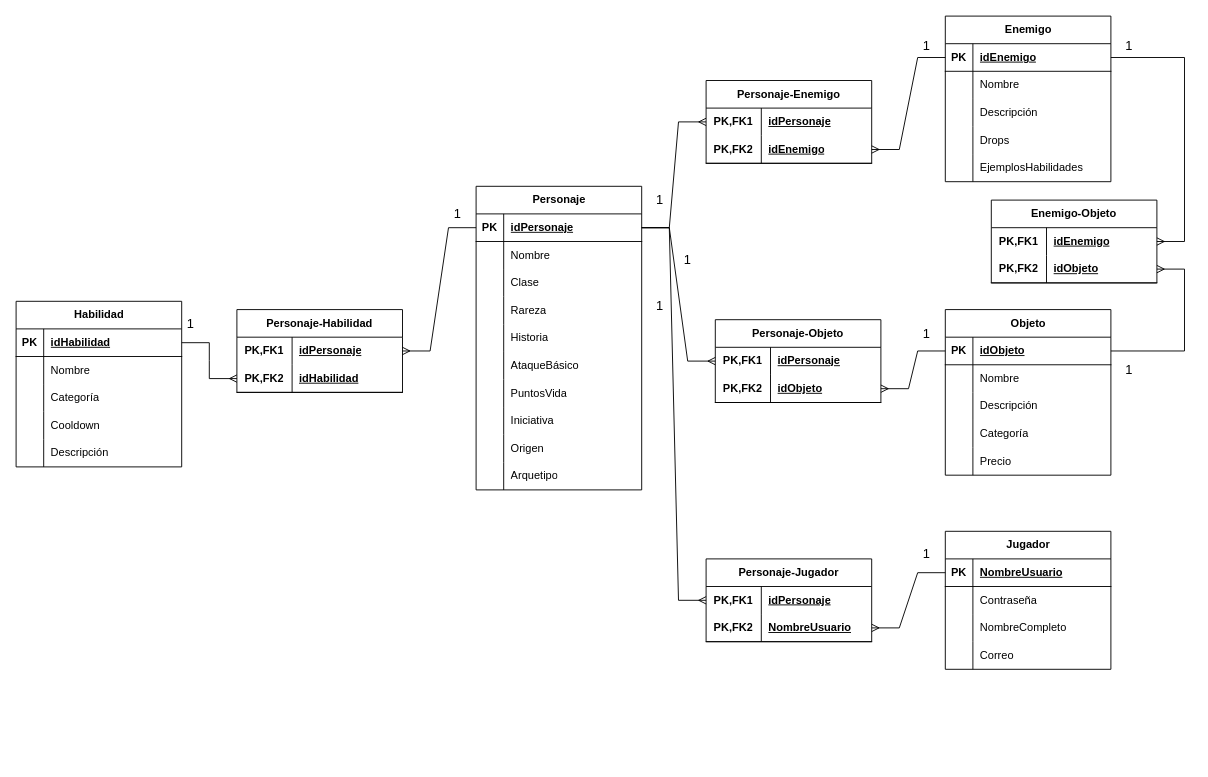
Earlier version of the draw.io diagram Figuras y gráficos/diagrama-relacional.drawio (DiegoAP93/es_legacy_app_unendo_project). Source tidied: cells renumbered, new cells numbered last; positions are measured from the earlier drawing's top-left corner, leaving out a move shared by most shapes. Both pictures are drawn from the tidied source at 92%, with x=0, y=0 at pixel (16, 16).
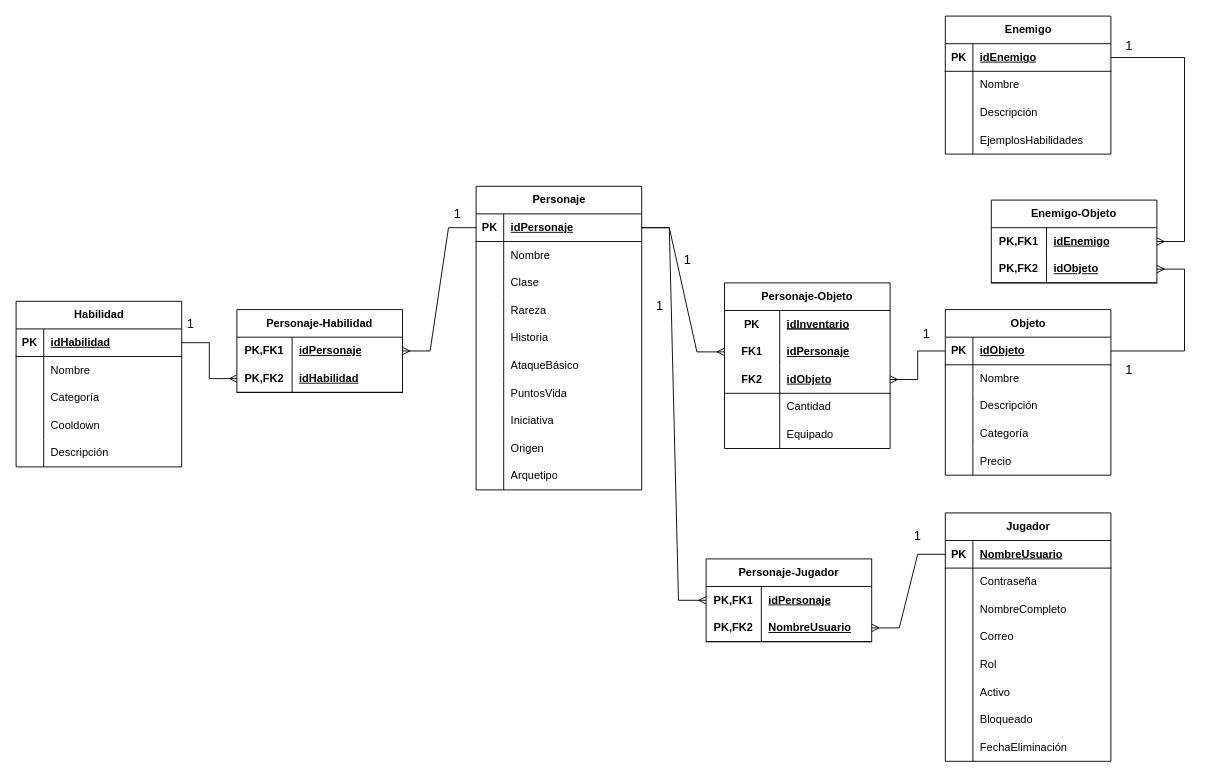
The same diagram, later.

The change refers to these unchanged cells:
```xml
<mxCell id="3" style="shape=tableRow;horizontal=0;startSize=0;swimlaneHead=0;swimlaneBody=0;fillColor=none;points=[[0,0.5],[1,0.5]];portConstraint=eastwest;top=0;left=0;right=0;bottom=1;" parent="2" vertex="1">
  <mxGeometry y="30" width="180" height="30" as="geometry" />
</mxCell>
<mxCell id="50" style="shape=tableRow;horizontal=0;startSize=0;swimlaneHead=0;swimlaneBody=0;fillColor=none;points=[[0,0.5],[1,0.5]];portConstraint=eastwest;top=0;left=0;right=0;bottom=1;" parent="49" vertex="1">
  <mxGeometry y="30" width="180" height="30" as="geometry" />
</mxCell>
<mxCell id="113" style="shape=tableRow;horizontal=0;startSize=0;swimlaneHead=0;swimlaneBody=0;fillColor=none;points=[[0,0.5],[1,0.5]];portConstraint=eastwest;top=0;left=0;right=0;bottom=0;html=1;" parent="112" vertex="1">
  <mxGeometry y="30" width="180" height="30" as="geometry" />
</mxCell>
```

Change to the diagram source:
```diff
@@
     <mxCell id="49" value="Enemigo" style="shape=table;startSize=30;childLayout=tableLayout;rowLines=0;fontStyle=1;align=center;html=1;" parent="1" vertex="1">
-      <mxGeometry x="1010" width="180" height="180" as="geometry" />
+      <mxGeometry x="1010" width="180" height="150" as="geometry" />
     </mxCell>
@@
-    <mxCell id="59" style="shape=tableRow;horizontal=0;startSize=0;swimlaneHead=0;swimlaneBody=0;fillColor=none;top=0;left=0;right=0;bottom=0;" parent="49" vertex="1">
-      <mxGeometry y="120" width="180" height="30" as="geometry" />
-    </mxCell>
-    <mxCell id="60" style="shape=partialRectangle;fillColor=none;top=0;left=0;bottom=0;right=0;overflow=hidden;whiteSpace=wrap;html=1;" parent="59" vertex="1">
-      <mxGeometry width="30" height="30" as="geometry" />
-    </mxCell>
-    <mxCell id="61" value="Drops" style="shape=partialRectangle;fillColor=none;top=0;left=0;bottom=0;right=0;align=left;spacingLeft=6;overflow=hidden;whiteSpace=wrap;html=1;" parent="59" vertex="1">
-      <mxGeometry x="30" width="150" height="30" as="geometry" />
-    </mxCell>
     <mxCell id="62" style="shape=tableRow;horizontal=0;startSize=0;swimlaneHead=0;swimlaneBody=0;fillColor=none;top=0;left=0;right=0;bottom=0;" parent="49" vertex="1">
-      <mxGeometry y="150" width="180" height="30" as="geometry" />
+      <mxGeometry y="120" width="180" height="30" as="geometry" />
     </mxCell>
@@
     <mxCell id="81" value="Jugador" style="shape=table;startSize=30;childLayout=tableLayout;rowLines=0;fontStyle=1;align=center;html=1;" parent="1" vertex="1">
-      <mxGeometry x="1010" y="560" width="180" height="150" as="geometry" />
+      <mxGeometry x="1010" y="540" width="180" height="270" as="geometry" />
     </mxCell>
@@
+    <mxCell id="149" style="shape=tableRow;horizontal=0;startSize=0;swimlaneHead=0;swimlaneBody=0;fillColor=none;top=0;left=0;right=0;bottom=0;" parent="81" vertex="1">
+      <mxGeometry y="150" width="180" height="30" as="geometry" />
+    </mxCell>
+    <mxCell id="150" style="shape=partialRectangle;fillColor=none;top=0;left=0;bottom=0;right=0;overflow=hidden;whiteSpace=wrap;html=1;" parent="149" vertex="1">
+      <mxGeometry width="30" height="30" as="geometry" />
+    </mxCell>
+    <mxCell id="151" value="Rol" style="shape=partialRectangle;fillColor=none;top=0;left=0;bottom=0;right=0;align=left;spacingLeft=6;overflow=hidden;whiteSpace=wrap;html=1;" parent="149" vertex="1">
+      <mxGeometry x="30" width="150" height="30" as="geometry" />
+    </mxCell>
+    <mxCell id="152" style="shape=tableRow;horizontal=0;startSize=0;swimlaneHead=0;swimlaneBody=0;fillColor=none;top=0;left=0;right=0;bottom=0;" parent="81" vertex="1">
+      <mxGeometry y="180" width="180" height="30" as="geometry" />
+    </mxCell>
+    <mxCell id="153" style="shape=partialRectangle;fillColor=none;top=0;left=0;bottom=0;right=0;overflow=hidden;whiteSpace=wrap;html=1;" parent="152" vertex="1">
+      <mxGeometry width="30" height="30" as="geometry" />
+    </mxCell>
+    <mxCell id="154" value="Activo" style="shape=partialRectangle;fillColor=none;top=0;left=0;bottom=0;right=0;align=left;spacingLeft=6;overflow=hidden;whiteSpace=wrap;html=1;" parent="152" vertex="1">
+      <mxGeometry x="30" width="150" height="30" as="geometry" />
+    </mxCell>
+    <mxCell id="155" style="shape=tableRow;horizontal=0;startSize=0;swimlaneHead=0;swimlaneBody=0;fillColor=none;top=0;left=0;right=0;bottom=0;" parent="81" vertex="1">
+      <mxGeometry y="210" width="180" height="30" as="geometry" />
+    </mxCell>
+    <mxCell id="156" style="shape=partialRectangle;fillColor=none;top=0;left=0;bottom=0;right=0;overflow=hidden;whiteSpace=wrap;html=1;" parent="155" vertex="1">
+      <mxGeometry width="30" height="30" as="geometry" />
+    </mxCell>
+    <mxCell id="157" value="Bloqueado" style="shape=partialRectangle;fillColor=none;top=0;left=0;bottom=0;right=0;align=left;spacingLeft=6;overflow=hidden;whiteSpace=wrap;html=1;" parent="155" vertex="1">
+      <mxGeometry x="30" width="150" height="30" as="geometry" />
+    </mxCell>
+    <mxCell id="158" style="shape=tableRow;horizontal=0;startSize=0;swimlaneHead=0;swimlaneBody=0;fillColor=none;top=0;left=0;right=0;bottom=0;" parent="81" vertex="1">
+      <mxGeometry y="240" width="180" height="30" as="geometry" />
+    </mxCell>
+    <mxCell id="159" style="shape=partialRectangle;fillColor=none;top=0;left=0;bottom=0;right=0;overflow=hidden;whiteSpace=wrap;html=1;" parent="158" vertex="1">
+      <mxGeometry width="30" height="30" as="geometry" />
+    </mxCell>
+    <mxCell id="160" value="FechaEliminación" style="shape=partialRectangle;fillColor=none;top=0;left=0;bottom=0;right=0;align=left;spacingLeft=6;overflow=hidden;whiteSpace=wrap;html=1;" parent="158" vertex="1">
+      <mxGeometry x="30" width="150" height="30" as="geometry" />
+    </mxCell>
@@
-    <mxCell id="103" value="Personaje-Enemigo" style="shape=table;startSize=30;childLayout=tableLayout;rowLines=0;fontStyle=1;align=center;html=1;whiteSpace=wrap;" parent="1" vertex="1">
-      <mxGeometry x="750" y="70" width="180" height="90" as="geometry" />
-    </mxCell>
-    <mxCell id="104" style="shape=tableRow;horizontal=0;startSize=0;swimlaneHead=0;swimlaneBody=0;fillColor=none;points=[[0,0.5],[1,0.5]];portConstraint=eastwest;top=0;left=0;right=0;bottom=0;html=1;" parent="103" vertex="1">
-      <mxGeometry y="30" width="180" height="30" as="geometry" />
-    </mxCell>
-    <mxCell id="105" value="PK,FK1" style="shape=partialRectangle;fillColor=none;top=0;left=0;bottom=0;right=0;fontStyle=1;overflow=hidden;html=1;whiteSpace=wrap;" parent="104" vertex="1">
-      <mxGeometry width="60" height="30" as="geometry" />
-    </mxCell>
-    <mxCell id="106" value="idPersonaje" style="shape=partialRectangle;fillColor=none;top=0;left=0;bottom=0;right=0;align=left;spacingLeft=6;fontStyle=5;overflow=hidden;html=1;whiteSpace=wrap;" parent="104" vertex="1">
-      <mxGeometry x="60" width="120" height="30" as="geometry" />
-    </mxCell>
-    <mxCell id="107" style="shape=tableRow;horizontal=0;startSize=0;swimlaneHead=0;swimlaneBody=0;fillColor=none;points=[[0,0.5],[1,0.5]];portConstraint=eastwest;top=0;left=0;right=0;bottom=1;html=1;" parent="103" vertex="1">
-      <mxGeometry y="60" width="180" height="30" as="geometry" />
-    </mxCell>
-    <mxCell id="108" value="PK,FK2" style="shape=partialRectangle;fillColor=none;top=0;left=0;bottom=0;right=0;fontStyle=1;overflow=hidden;html=1;whiteSpace=wrap;" parent="107" vertex="1">
-      <mxGeometry width="60" height="30" as="geometry" />
-    </mxCell>
-    <mxCell id="109" value="idEnemigo" style="shape=partialRectangle;fillColor=none;top=0;left=0;bottom=0;right=0;align=left;spacingLeft=6;fontStyle=5;overflow=hidden;html=1;whiteSpace=wrap;" parent="107" vertex="1">
-      <mxGeometry x="60" width="120" height="30" as="geometry" />
-    </mxCell>
-    <mxCell id="110" style="edgeStyle=entityRelationEdgeStyle;fontSize=12;html=1;endArrow=ERmany;rounded=0;" parent="1" edge="1" source="3" target="104">
-      <mxGeometry relative="1" as="geometry" />
-    </mxCell>
-    <mxCell id="111" style="edgeStyle=entityRelationEdgeStyle;fontSize=12;html=1;endArrow=ERmany;rounded=0;" parent="1" edge="1" source="50" target="107">
-      <mxGeometry relative="1" as="geometry" />
-    </mxCell>
     <mxCell id="112" value="Personaje-Objeto" style="shape=table;startSize=30;childLayout=tableLayout;rowLines=0;fontStyle=1;align=center;html=1;whiteSpace=wrap;" parent="1" vertex="1">
-      <mxGeometry x="760" y="330" width="180" height="90" as="geometry" />
+      <mxGeometry x="770" y="290" width="180" height="180" as="geometry" />
     </mxCell>
@@
-    <mxCell id="114" value="PK,FK1" style="shape=partialRectangle;fillColor=none;top=0;left=0;bottom=0;right=0;fontStyle=1;overflow=hidden;html=1;whiteSpace=wrap;" parent="113" vertex="1">
+    <mxCell id="114" value="PK" style="shape=partialRectangle;fillColor=none;top=0;left=0;bottom=0;right=0;fontStyle=1;overflow=hidden;html=1;whiteSpace=wrap;" parent="113" vertex="1">
       <mxGeometry width="60" height="30" as="geometry" />
     </mxCell>
-    <mxCell id="115" value="idPersonaje" style="shape=partialRectangle;fillColor=none;top=0;left=0;bottom=0;right=0;align=left;spacingLeft=6;fontStyle=5;overflow=hidden;html=1;whiteSpace=wrap;" parent="113" vertex="1">
+    <mxCell id="115" value="&lt;u&gt;idInventario&lt;/u&gt;" style="shape=partialRectangle;fillColor=none;top=0;left=0;bottom=0;right=0;align=left;spacingLeft=6;fontStyle=5;overflow=hidden;html=1;whiteSpace=wrap;" parent="113" vertex="1">
       <mxGeometry x="60" width="120" height="30" as="geometry" />
     </mxCell>
+    <mxCell id="161" style="shape=tableRow;horizontal=0;startSize=0;swimlaneHead=0;swimlaneBody=0;fillColor=none;points=[[0,0.5],[1,0.5]];portConstraint=eastwest;top=0;left=0;right=0;bottom=0;html=1;" parent="112" vertex="1">
+      <mxGeometry y="60" width="180" height="30" as="geometry" />
+    </mxCell>
+    <mxCell id="162" value="FK1" style="shape=partialRectangle;fillColor=none;top=0;left=0;bottom=0;right=0;fontStyle=1;overflow=hidden;html=1;whiteSpace=wrap;" parent="161" vertex="1">
+      <mxGeometry width="60" height="30" as="geometry" />
+    </mxCell>
+    <mxCell id="106" value="idPersonaje" style="shape=partialRectangle;fillColor=none;top=0;left=0;bottom=0;right=0;align=left;spacingLeft=6;fontStyle=5;overflow=hidden;html=1;whiteSpace=wrap;" parent="161" vertex="1">
+      <mxGeometry x="60" width="120" height="30" as="geometry" />
+    </mxCell>
     <mxCell id="116" style="shape=tableRow;horizontal=0;startSize=0;swimlaneHead=0;swimlaneBody=0;fillColor=none;points=[[0,0.5],[1,0.5]];portConstraint=eastwest;top=0;left=0;right=0;bottom=1;html=1;" parent="112" vertex="1">
-      <mxGeometry y="60" width="180" height="30" as="geometry" />
+      <mxGeometry y="90" width="180" height="30" as="geometry" />
     </mxCell>
-    <mxCell id="117" value="PK,FK2" style="shape=partialRectangle;fillColor=none;top=0;left=0;bottom=0;right=0;fontStyle=1;overflow=hidden;html=1;whiteSpace=wrap;" parent="116" vertex="1">
+    <mxCell id="117" value="FK2" style="shape=partialRectangle;fillColor=none;top=0;left=0;bottom=0;right=0;fontStyle=1;overflow=hidden;html=1;whiteSpace=wrap;" parent="116" vertex="1">
       <mxGeometry width="60" height="30" as="geometry" />
     </mxCell>
@@
+    <mxCell id="59" style="shape=tableRow;horizontal=0;startSize=0;swimlaneHead=0;swimlaneBody=0;fillColor=none;top=0;left=0;right=0;bottom=0;" parent="112" vertex="1">
+      <mxGeometry y="120" width="180" height="30" as="geometry" />
+    </mxCell>
+    <mxCell id="163" style="shape=partialRectangle;fillColor=none;top=0;left=0;bottom=0;right=0;overflow=hidden;whiteSpace=wrap;html=1;" parent="59" vertex="1">
+      <mxGeometry width="60" height="30" as="geometry" />
+    </mxCell>
+    <mxCell id="164" value="Cantidad" style="shape=partialRectangle;fillColor=none;top=0;left=0;bottom=0;right=0;align=left;spacingLeft=6;overflow=hidden;whiteSpace=wrap;html=1;" parent="59" vertex="1">
+      <mxGeometry x="60" width="120" height="30" as="geometry" />
+    </mxCell>
+    <mxCell id="165" style="shape=tableRow;horizontal=0;startSize=0;swimlaneHead=0;swimlaneBody=0;fillColor=none;top=0;left=0;right=0;bottom=0;" parent="112" vertex="1">
+      <mxGeometry y="150" width="180" height="30" as="geometry" />
+    </mxCell>
+    <mxCell id="166" style="shape=partialRectangle;fillColor=none;top=0;left=0;bottom=0;right=0;overflow=hidden;whiteSpace=wrap;html=1;" parent="165" vertex="1">
+      <mxGeometry width="60" height="30" as="geometry" />
+    </mxCell>
+    <mxCell id="167" value="Equipado" style="shape=partialRectangle;fillColor=none;top=0;left=0;bottom=0;right=0;align=left;spacingLeft=6;overflow=hidden;whiteSpace=wrap;html=1;" parent="165" vertex="1">
+      <mxGeometry x="60" width="120" height="30" as="geometry" />
+    </mxCell>
-    <mxCell id="119" style="edgeStyle=entityRelationEdgeStyle;fontSize=12;html=1;endArrow=ERmany;rounded=0;" parent="1" edge="1" source="3" target="113">
+    <mxCell id="119" style="edgeStyle=entityRelationEdgeStyle;fontSize=12;html=1;endArrow=ERmany;rounded=0;entryX=0;entryY=0.5;entryDx=0;entryDy=0;" parent="1" edge="1" source="3" target="161">
       <mxGeometry relative="1" as="geometry" />
     </mxCell>
@@
-    <mxCell id="141" value="&lt;font style=&quot;font-size: 14px;&quot;&gt;1&lt;/font&gt;" style="text;html=1;align=center;verticalAlign=middle;whiteSpace=wrap;rounded=0;" parent="1" vertex="1">
-      <mxGeometry x="670" y="185" width="60" height="30" as="geometry" />
-    </mxCell>
@@
-    <mxCell id="144" value="&lt;font style=&quot;font-size: 14px;&quot;&gt;1&lt;/font&gt;" style="text;html=1;align=center;verticalAlign=middle;whiteSpace=wrap;rounded=0;" parent="1" vertex="1">
-      <mxGeometry x="960" y="17" width="60" height="30" as="geometry" />
-    </mxCell>
@@
     <mxCell id="146" value="&lt;font style=&quot;font-size: 14px;&quot;&gt;1&lt;/font&gt;" style="text;html=1;align=center;verticalAlign=middle;whiteSpace=wrap;rounded=0;" parent="1" vertex="1">
-      <mxGeometry x="960" y="570" width="60" height="30" as="geometry" />
+      <mxGeometry x="950" y="550" width="60" height="30" as="geometry" />
     </mxCell>
```
